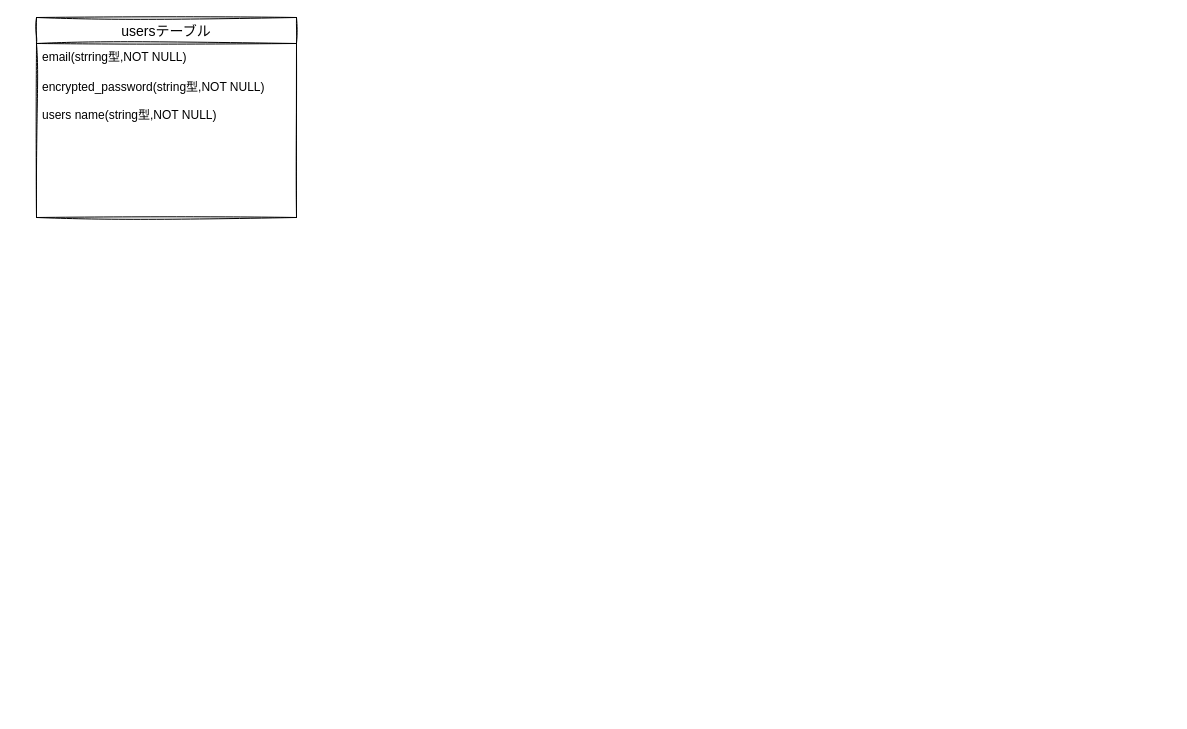
Before: test.dio in ittetu981/furima-35865, a draw.io diagram. Source tidied: cells renumbered, new cells numbered last; positions are measured from the earlier drawing's top-left corner, leaving out a move shared by most shapes. Both pictures are drawn from the tidied source at 100%, with x=0, y=0 at pixel (36, 17).
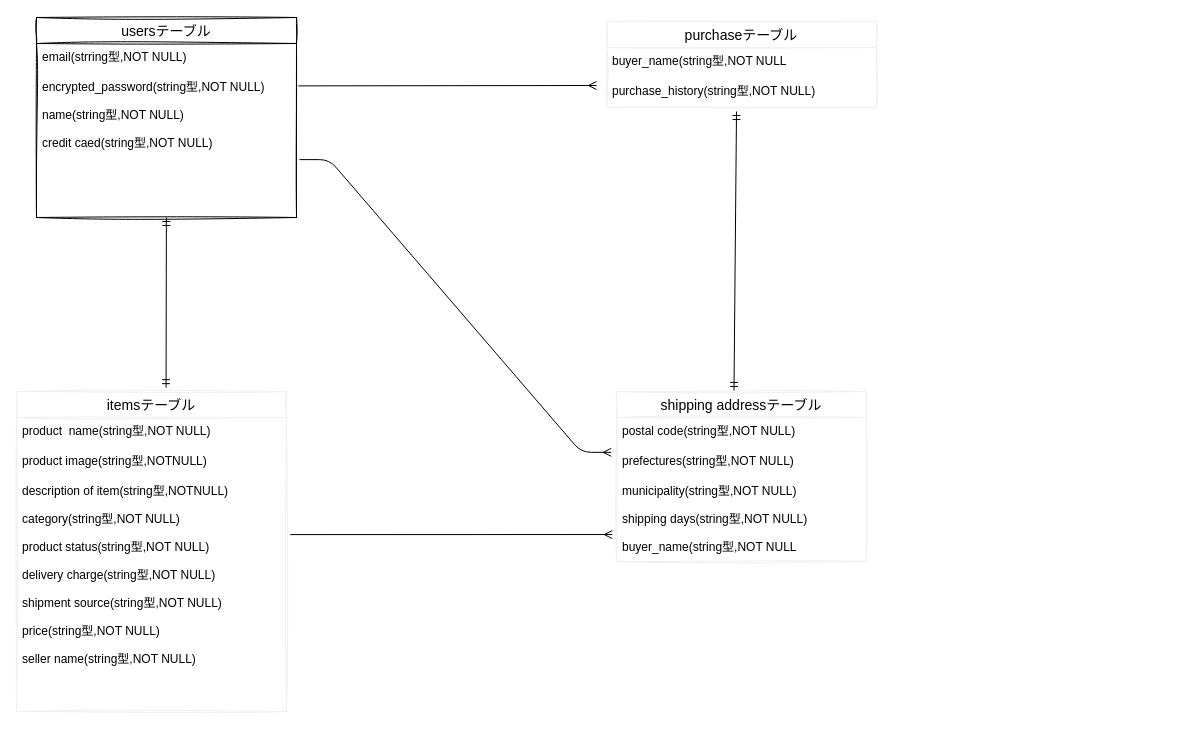
The same page after the edit.

The change refers to these unchanged cells:
```xml
<mxCell id="2" value="usersテーブル" style="swimlane;fontStyle=0;horizontal=1;startSize=26;align=center;fontSize=14;sketch=1;" parent="1" vertex="1">
  <mxGeometry width="260" height="200" as="geometry" />
</mxCell>
```

What changed in the source:
```diff
@@
-    <mxCell id="4" value="encrypted_password(string型,NOT NULL)&#10;&#10;users name(string型,NOT NULL)" style="text;strokeColor=none;fillColor=none;spacingLeft=4;spacingRight=4;overflow=hidden;points=[[0,0.5],[1,0.5]];portConstraint=eastwest;fontSize=12;" parent="2" vertex="1">
+    <mxCell id="4" value="encrypted_password(string型,NOT NULL)&#10;&#10;name(string型,NOT NULL)&#10;&#10;credit caed(string型,NOT NULL)&#10;" style="text;strokeColor=none;fillColor=none;spacingLeft=4;spacingRight=4;overflow=hidden;points=[[0,0.5],[1,0.5]];portConstraint=eastwest;fontSize=12;" parent="2" vertex="1">
       <mxGeometry y="56" width="260" height="144" as="geometry" />
     </mxCell>
@@
+    <mxCell id="6" value="itemsテーブル" style="swimlane;fontStyle=0;horizontal=1;startSize=26;align=center;fontSize=14;sketch=1;strokeColor=#f0f0f0;" parent="1" vertex="1">
+      <mxGeometry x="-20" y="374" width="270" height="320" as="geometry" />
+    </mxCell>
+    <mxCell id="7" value="product  name(string型,NOT NULL)&#10;" style="text;strokeColor=none;fillColor=none;spacingLeft=4;spacingRight=4;overflow=hidden;fontSize=12;" parent="6" vertex="1">
+      <mxGeometry y="26" width="270" height="30" as="geometry" />
+    </mxCell>
+    <mxCell id="8" value="product image(string型,NOTNULL) " style="text;strokeColor=none;fillColor=none;spacingLeft=4;spacingRight=4;overflow=hidden;fontSize=12;" parent="6" vertex="1">
+      <mxGeometry y="56" width="270" height="30" as="geometry" />
+    </mxCell>
+    <mxCell id="9" value="description of item(string型,NOTNULL)&#10;&#10;category(string型,NOT NULL)&#10;&#10;product status(string型,NOT NULL)&#10;&#10;delivery charge(string型,NOT NULL)&#10;&#10;shipment source(string型,NOT NULL)&#10;&#10;price(string型,NOT NULL)&#10;&#10;seller name(string型,NOT NULL)&#10;&#10;" style="text;strokeColor=none;fillColor=none;spacingLeft=4;spacingRight=4;overflow=hidden;points=[[0,0.5],[1,0.5]];portConstraint=eastwest;fontSize=12;" parent="6" vertex="1">
+      <mxGeometry y="86" width="270" height="234" as="geometry" />
+    </mxCell>
+    <mxCell id="10" value="purchaseテーブル" style="swimlane;fontStyle=0;horizontal=1;startSize=26;align=center;fontSize=14;sketch=1;strokeColor=#f0f0f0;" parent="1" vertex="1">
+      <mxGeometry x="570" y="4" width="270" height="86" as="geometry" />
+    </mxCell>
+    <mxCell id="11" value="buyer_name(string型,NOT NULL" style="text;strokeColor=none;fillColor=none;spacingLeft=4;spacingRight=4;overflow=hidden;fontSize=12;" parent="10" vertex="1">
+      <mxGeometry y="26" width="270" height="30" as="geometry" />
+    </mxCell>
+    <mxCell id="12" value="purchase_history(string型,NOT NULL)" style="text;strokeColor=none;fillColor=none;spacingLeft=4;spacingRight=4;overflow=hidden;fontSize=12;" parent="10" vertex="1">
+      <mxGeometry y="56" width="270" height="30" as="geometry" />
+    </mxCell>
+    <mxCell id="13" value="shipping addressテーブル" style="swimlane;fontStyle=0;horizontal=1;startSize=26;align=center;fontSize=14;sketch=1;strokeColor=#f0f0f0;" parent="1" vertex="1">
+      <mxGeometry x="580" y="374" width="250" height="170" as="geometry" />
+    </mxCell>
+    <mxCell id="14" value="postal code(string型,NOT NULL)" style="text;strokeColor=none;fillColor=none;spacingLeft=4;spacingRight=4;overflow=hidden;fontSize=12;" parent="13" vertex="1">
+      <mxGeometry y="26" width="250" height="30" as="geometry" />
+    </mxCell>
+    <mxCell id="15" value="prefectures(string型,NOT NULL)" style="text;strokeColor=none;fillColor=none;spacingLeft=4;spacingRight=4;overflow=hidden;points=[[0,0.5],[1,0.5]];portConstraint=eastwest;fontSize=12;" parent="13" vertex="1">
+      <mxGeometry y="56" width="250" height="30" as="geometry" />
+    </mxCell>
+    <mxCell id="16" value="municipality(string型,NOT NULL)&#10;&#10;shipping days(string型,NOT NULL)&#10;&#10;buyer_name(string型,NOT NULL&#10;&#10;" style="text;strokeColor=none;fillColor=none;spacingLeft=4;spacingRight=4;overflow=hidden;points=[[0,0.5],[1,0.5]];portConstraint=eastwest;fontSize=12;" parent="13" vertex="1">
+      <mxGeometry y="86" width="250" height="84" as="geometry" />
+    </mxCell>
+    <mxCell id="17" style="fontSize=12;html=1;endArrow=ERmany;targetPerimeterSpacing=0;exitX=1.007;exitY=0.086;exitDx=0;exitDy=0;exitPerimeter=0;" parent="1" edge="1" source="4">
+      <mxGeometry relative="1" as="geometry">
+        <mxPoint x="560" y="68" as="targetPoint" />
+      </mxGeometry>
+    </mxCell>
+    <mxCell id="18" style="fontSize=12;html=1;endArrow=ERmandOne;startArrow=ERmandOne;targetPerimeterSpacing=0;exitX=0.47;exitY=-0.006;exitDx=0;exitDy=0;exitPerimeter=0;" parent="1" edge="1" source="13">
+      <mxGeometry relative="1" as="geometry">
+        <mxPoint x="700" y="94" as="targetPoint" />
+      </mxGeometry>
+    </mxCell>
+    <mxCell id="19" style="fontSize=12;html=1;endArrow=ERmany;targetPerimeterSpacing=0;exitX=1.014;exitY=0.244;exitDx=0;exitDy=0;exitPerimeter=0;entryX=-0.017;entryY=0.679;entryDx=0;entryDy=0;entryPerimeter=0;" parent="1" edge="1" source="9" target="16">
+      <mxGeometry relative="1" as="geometry" />
+    </mxCell>
+    <mxCell id="20" style="edgeStyle=entityRelationEdgeStyle;fontSize=12;html=1;endArrow=ERmany;targetPerimeterSpacing=0;exitX=1.011;exitY=0.598;exitDx=0;exitDy=0;exitPerimeter=0;entryX=-0.021;entryY=0.161;entryDx=0;entryDy=0;entryPerimeter=0;" parent="1" edge="1" source="4" target="15">
+      <mxGeometry relative="1" as="geometry" />
+    </mxCell>
+    <mxCell id="21" style="fontSize=12;html=1;endArrow=ERmandOne;startArrow=ERmandOne;targetPerimeterSpacing=0;exitX=0.554;exitY=-0.012;exitDx=0;exitDy=0;exitPerimeter=0;" parent="1" edge="1" source="6" target="4">
+      <mxGeometry relative="1" as="geometry" />
+    </mxCell>
```
